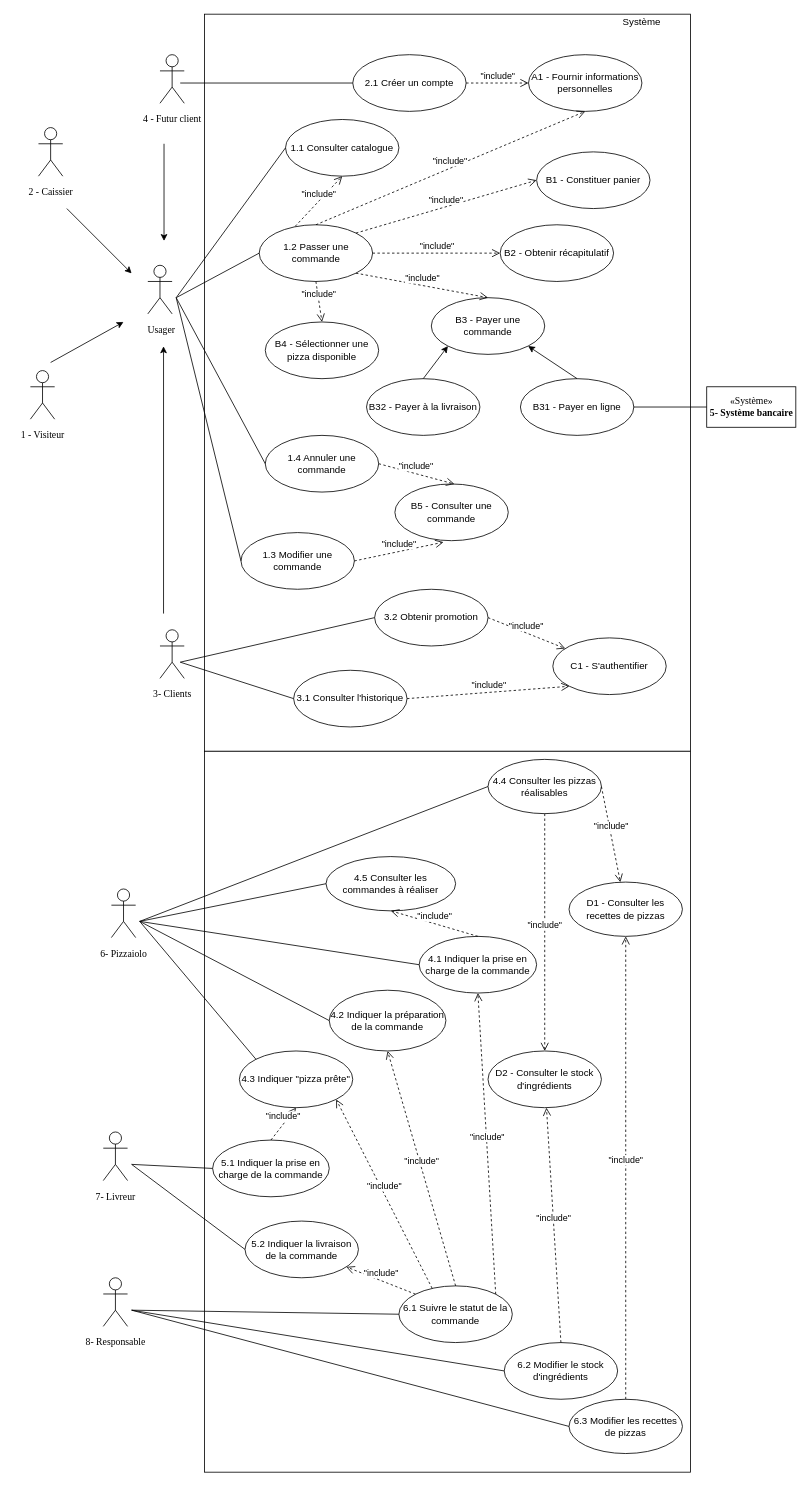
The draw.io diagram diagramme_cas-utilisations_entier_details.drawio in StephenAOGOLO/P4_Analysez_les_besoins, before the edit. Source tidied: cells renumbered, new cells numbered last; positions are measured from the earlier drawing's top-left corner, leaving out a move shared by most shapes. Both pictures are drawn from the tidied source at 81%, with x=0, y=0 at pixel (14, 14).
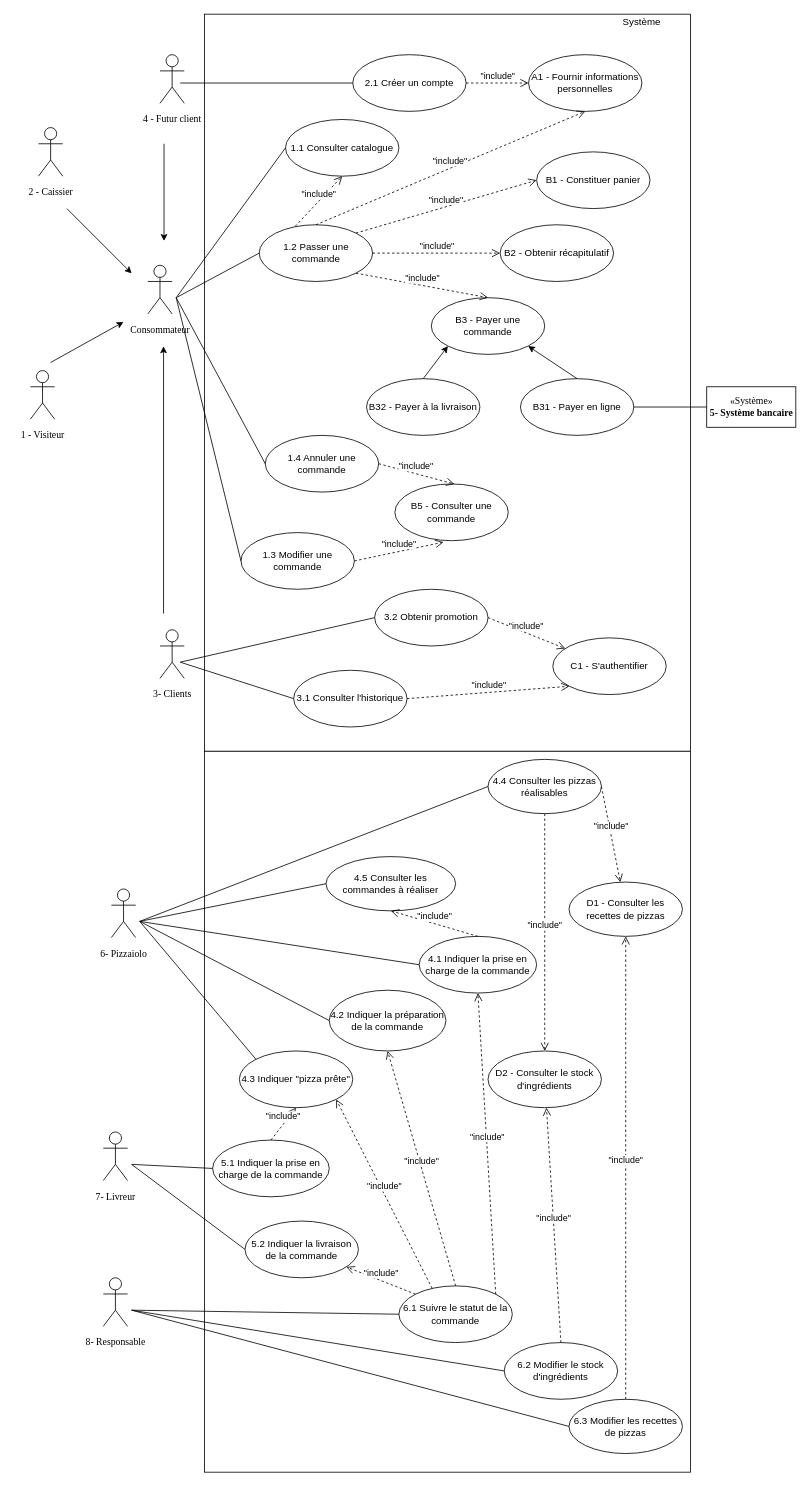
The same diagram, later.

The change refers to these unchanged cells:
```xml
<mxCell id="8" value="1.2 Passer une commande" style="ellipse;whiteSpace=wrap;html=1;" parent="1" vertex="1">
  <mxGeometry x="302.5" y="260" width="140" height="70" as="geometry" />
</mxCell>
```

What changed in the source:
```diff
@@
     <mxCell id="2" style="group;" parent="1" vertex="1">
-      <mxGeometry x="160" y="310" width="55" height="90" as="geometry" />
+      <mxGeometry x="160" y="310" width="65" height="90" as="geometry" />
     </mxCell>
@@
-    <mxCell id="4" value="&amp;nbsp;Usager" style="text;html=1;align=center;verticalAlign=middle;fontFamily=Times New Roman;fontColor=none;" parent="2" vertex="1">
-      <mxGeometry x="-5" y="70" width="50" height="20" as="geometry" />
+    <mxCell id="4" value="Consommateur" style="text;html=1;align=center;verticalAlign=middle;fontFamily=Times New Roman;fontColor=none;" parent="2" vertex="1">
+      <mxGeometry x="-25" y="70" width="90" height="20" as="geometry" />
     </mxCell>
@@
-    <mxCell id="24" value="B4 - Sélectionner une pizza disponible" style="ellipse;whiteSpace=wrap;html=1;" parent="1" vertex="1">
-      <mxGeometry x="310" y="380" width="140" height="70" as="geometry" />
-    </mxCell>
@@
-    <mxCell id="29" value="&quot;include&quot;" style="html=1;verticalAlign=bottom;endArrow=open;dashed=1;endSize=8;exitX=0.5;exitY=1;exitDx=0;exitDy=0;entryX=0.5;entryY=0;entryDx=0;entryDy=0;" parent="1" edge="1" source="8" target="24">
-      <mxGeometry relative="1" as="geometry" />
-    </mxCell>
```
